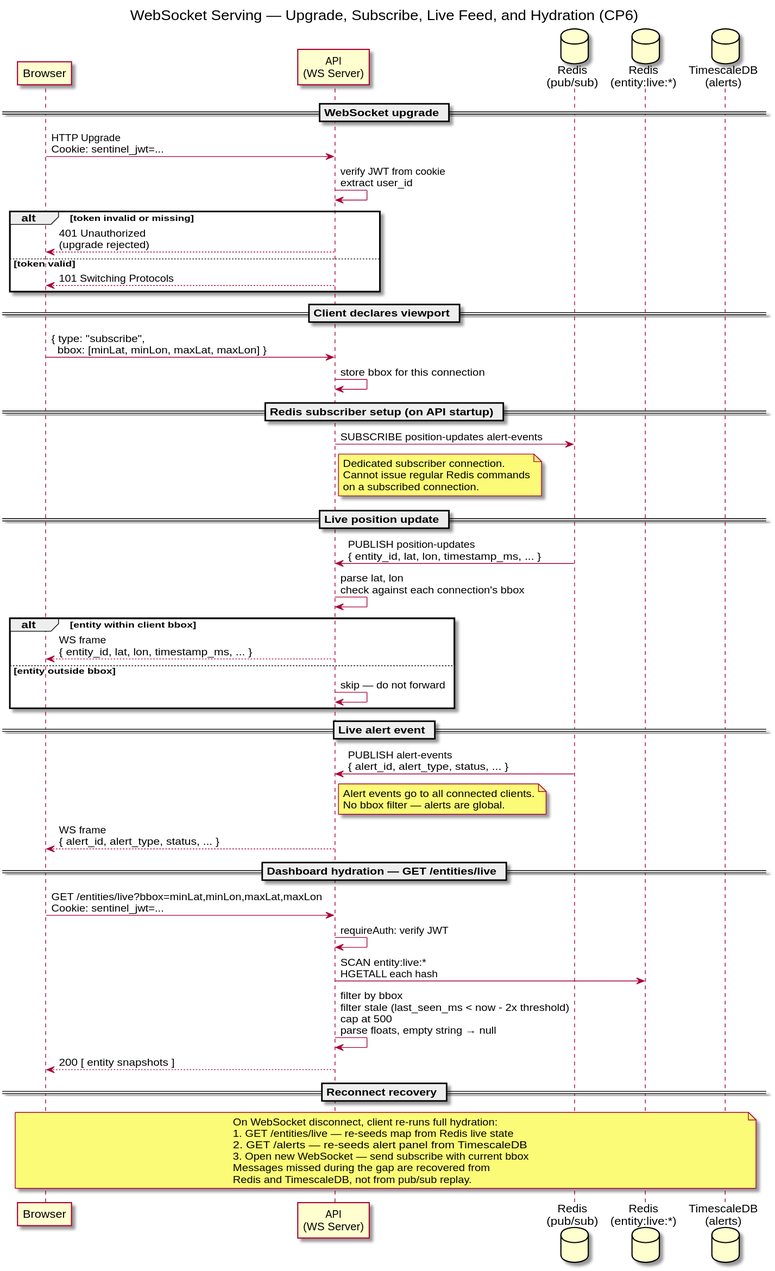
The PlantUML diagram diagrams/docs/implementation/phase-03-signal-loss-alert-delivery/concepts/websocket-serving/websocket-serving-flow.svg in Buffden/sentinel, before a commit.
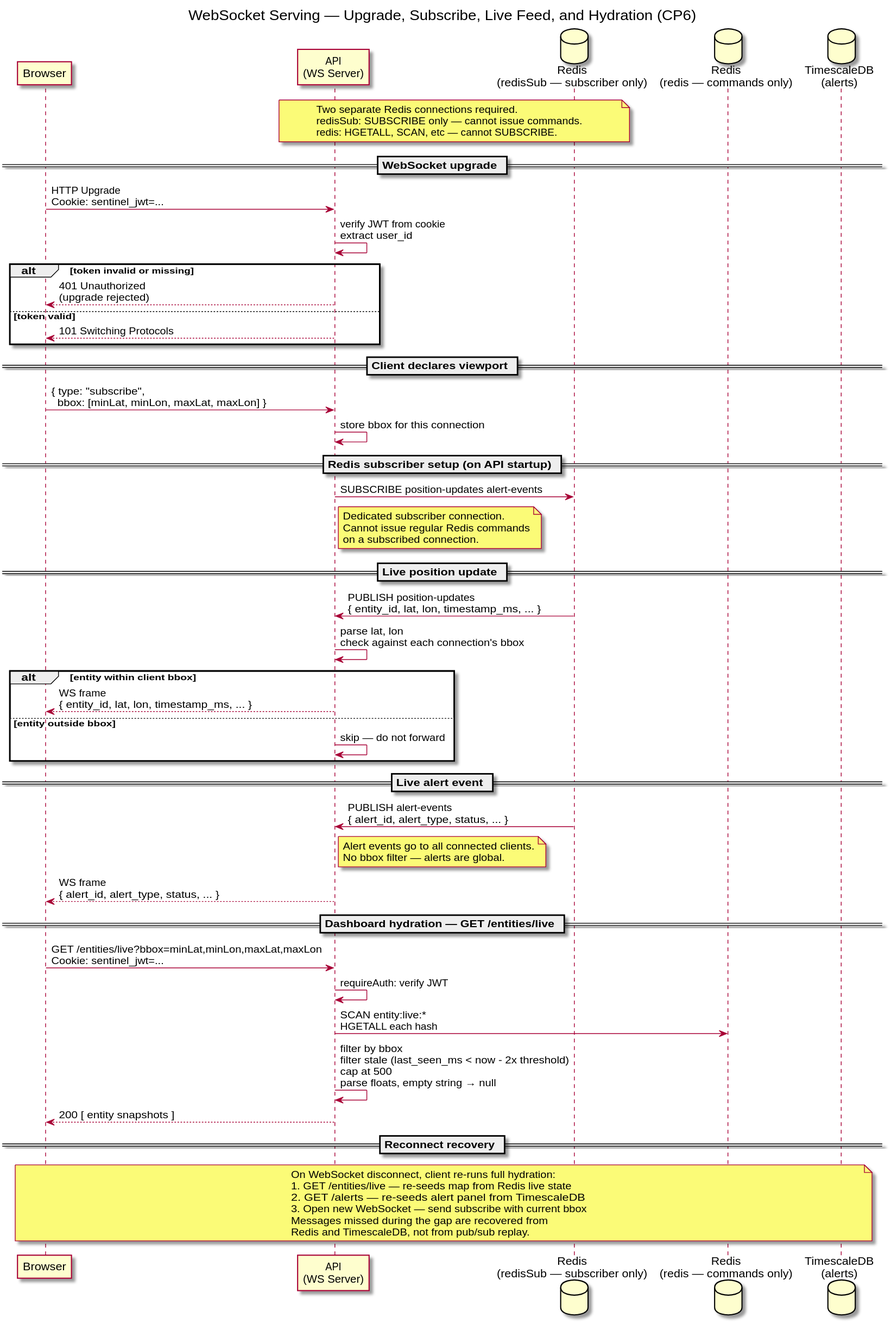
After the change.

Commit message:
chore: auto-export diagrams [skip ci]

Change to the diagram source:
```diff
@@ -4,9 +4,15 @@
 
 participant Browser
 participant "API\n(WS Server)" as API
-database "Redis\n(pub/sub)" as Redis
-database "Redis\n(entity:live:*)" as RedisLive
+database "Redis\n(redisSub — subscriber only)" as Redis
+database "Redis\n(redis — commands only)" as RedisLive
 database "TimescaleDB\n(alerts)" as DB
+
+note over API, Redis
+  Two separate Redis connections required.
+  redisSub: SUBSCRIBE only — cannot issue commands.
+  redis: HGETALL, SCAN, etc — cannot SUBSCRIBE.
+end note
 
 == WebSocket upgrade ==
 
```
